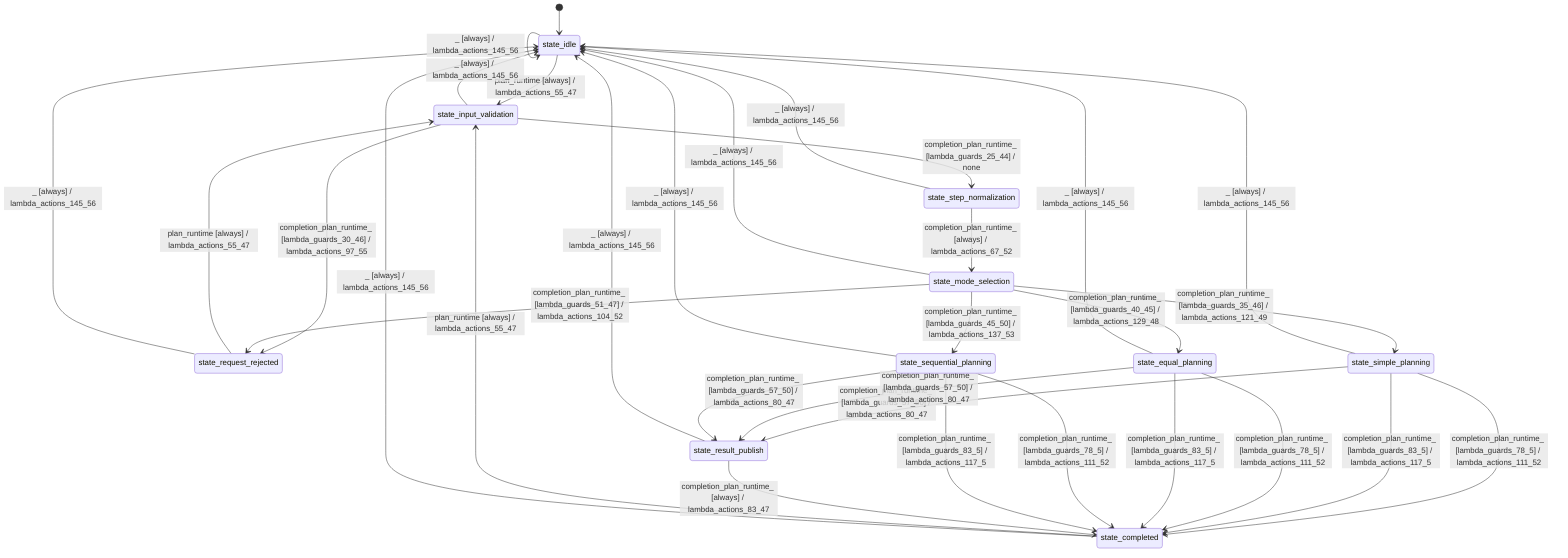
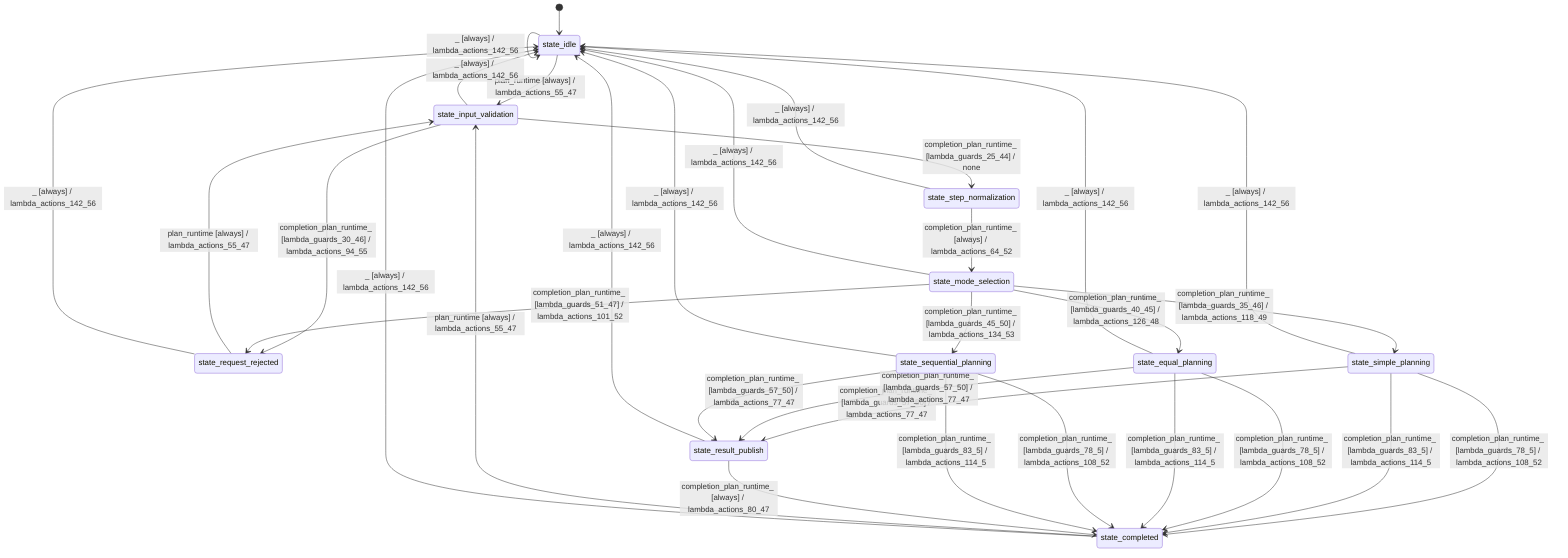
stateDiagram-v2
  direction TB
  [*] --> state_idle
  state_idle --> state_input_validation : plan_runtime [always] / lambda_actions_55_47
  state_input_validation --> state_step_normalization : completion_plan_runtime_ [lambda_guards_25_44] / none
-   state_input_validation --> state_request_rejected : completion_plan_runtime_ [lambda_guards_30_46] / lambda_actions_97_55
-   state_step_normalization --> state_mode_selection : completion_plan_runtime_ [always] / lambda_actions_67_52
-   state_mode_selection --> state_simple_planning : completion_plan_runtime_ [lambda_guards_35_46] / lambda_actions_121_49
-   state_mode_selection --> state_equal_planning : completion_plan_runtime_ [lambda_guards_40_45] / lambda_actions_129_48
-   state_mode_selection --> state_sequential_planning : completion_plan_runtime_ [lambda_guards_45_50] / lambda_actions_137_53
-   state_mode_selection --> state_request_rejected : completion_plan_runtime_ [lambda_guards_51_47] / lambda_actions_104_52
-   state_simple_planning --> state_result_publish : completion_plan_runtime_ [lambda_guards_57_50] / lambda_actions_80_47
-   state_simple_planning --> state_completed : completion_plan_runtime_ [lambda_guards_78_5] / lambda_actions_111_52
-   state_simple_planning --> state_completed : completion_plan_runtime_ [lambda_guards_83_5] / lambda_actions_117_5
-   state_equal_planning --> state_result_publish : completion_plan_runtime_ [lambda_guards_57_50] / lambda_actions_80_47
-   state_equal_planning --> state_completed : completion_plan_runtime_ [lambda_guards_78_5] / lambda_actions_111_52
-   state_equal_planning --> state_completed : completion_plan_runtime_ [lambda_guards_83_5] / lambda_actions_117_5
-   state_sequential_planning --> state_result_publish : completion_plan_runtime_ [lambda_guards_57_50] / lambda_actions_80_47
-   state_sequential_planning --> state_completed : completion_plan_runtime_ [lambda_guards_78_5] / lambda_actions_111_52
-   state_sequential_planning --> state_completed : completion_plan_runtime_ [lambda_guards_83_5] / lambda_actions_117_5
-   state_result_publish --> state_completed : completion_plan_runtime_ [always] / lambda_actions_83_47
+   state_input_validation --> state_request_rejected : completion_plan_runtime_ [lambda_guards_30_46] / lambda_actions_94_55
+   state_step_normalization --> state_mode_selection : completion_plan_runtime_ [always] / lambda_actions_64_52
+   state_mode_selection --> state_simple_planning : completion_plan_runtime_ [lambda_guards_35_46] / lambda_actions_118_49
+   state_mode_selection --> state_equal_planning : completion_plan_runtime_ [lambda_guards_40_45] / lambda_actions_126_48
+   state_mode_selection --> state_sequential_planning : completion_plan_runtime_ [lambda_guards_45_50] / lambda_actions_134_53
+   state_mode_selection --> state_request_rejected : completion_plan_runtime_ [lambda_guards_51_47] / lambda_actions_101_52
+   state_simple_planning --> state_result_publish : completion_plan_runtime_ [lambda_guards_57_50] / lambda_actions_77_47
+   state_simple_planning --> state_completed : completion_plan_runtime_ [lambda_guards_78_5] / lambda_actions_108_52
+   state_simple_planning --> state_completed : completion_plan_runtime_ [lambda_guards_83_5] / lambda_actions_114_5
+   state_equal_planning --> state_result_publish : completion_plan_runtime_ [lambda_guards_57_50] / lambda_actions_77_47
+   state_equal_planning --> state_completed : completion_plan_runtime_ [lambda_guards_78_5] / lambda_actions_108_52
+   state_equal_planning --> state_completed : completion_plan_runtime_ [lambda_guards_83_5] / lambda_actions_114_5
+   state_sequential_planning --> state_result_publish : completion_plan_runtime_ [lambda_guards_57_50] / lambda_actions_77_47
+   state_sequential_planning --> state_completed : completion_plan_runtime_ [lambda_guards_78_5] / lambda_actions_108_52
+   state_sequential_planning --> state_completed : completion_plan_runtime_ [lambda_guards_83_5] / lambda_actions_114_5
+   state_result_publish --> state_completed : completion_plan_runtime_ [always] / lambda_actions_80_47
  state_completed --> state_input_validation : plan_runtime [always] / lambda_actions_55_47
  state_request_rejected --> state_input_validation : plan_runtime [always] / lambda_actions_55_47
-   state_idle --> state_idle : _ [always] / lambda_actions_145_56
-   state_input_validation --> state_idle : _ [always] / lambda_actions_145_56
-   state_step_normalization --> state_idle : _ [always] / lambda_actions_145_56
-   state_mode_selection --> state_idle : _ [always] / lambda_actions_145_56
-   state_simple_planning --> state_idle : _ [always] / lambda_actions_145_56
-   state_equal_planning --> state_idle : _ [always] / lambda_actions_145_56
-   state_sequential_planning --> state_idle : _ [always] / lambda_actions_145_56
-   state_result_publish --> state_idle : _ [always] / lambda_actions_145_56
-   state_completed --> state_idle : _ [always] / lambda_actions_145_56
-   state_request_rejected --> state_idle : _ [always] / lambda_actions_145_56
+   state_idle --> state_idle : _ [always] / lambda_actions_142_56
+   state_input_validation --> state_idle : _ [always] / lambda_actions_142_56
+   state_step_normalization --> state_idle : _ [always] / lambda_actions_142_56
+   state_mode_selection --> state_idle : _ [always] / lambda_actions_142_56
+   state_simple_planning --> state_idle : _ [always] / lambda_actions_142_56
+   state_equal_planning --> state_idle : _ [always] / lambda_actions_142_56
+   state_sequential_planning --> state_idle : _ [always] / lambda_actions_142_56
+   state_result_publish --> state_idle : _ [always] / lambda_actions_142_56
+   state_completed --> state_idle : _ [always] / lambda_actions_142_56
+   state_request_rejected --> state_idle : _ [always] / lambda_actions_142_56
